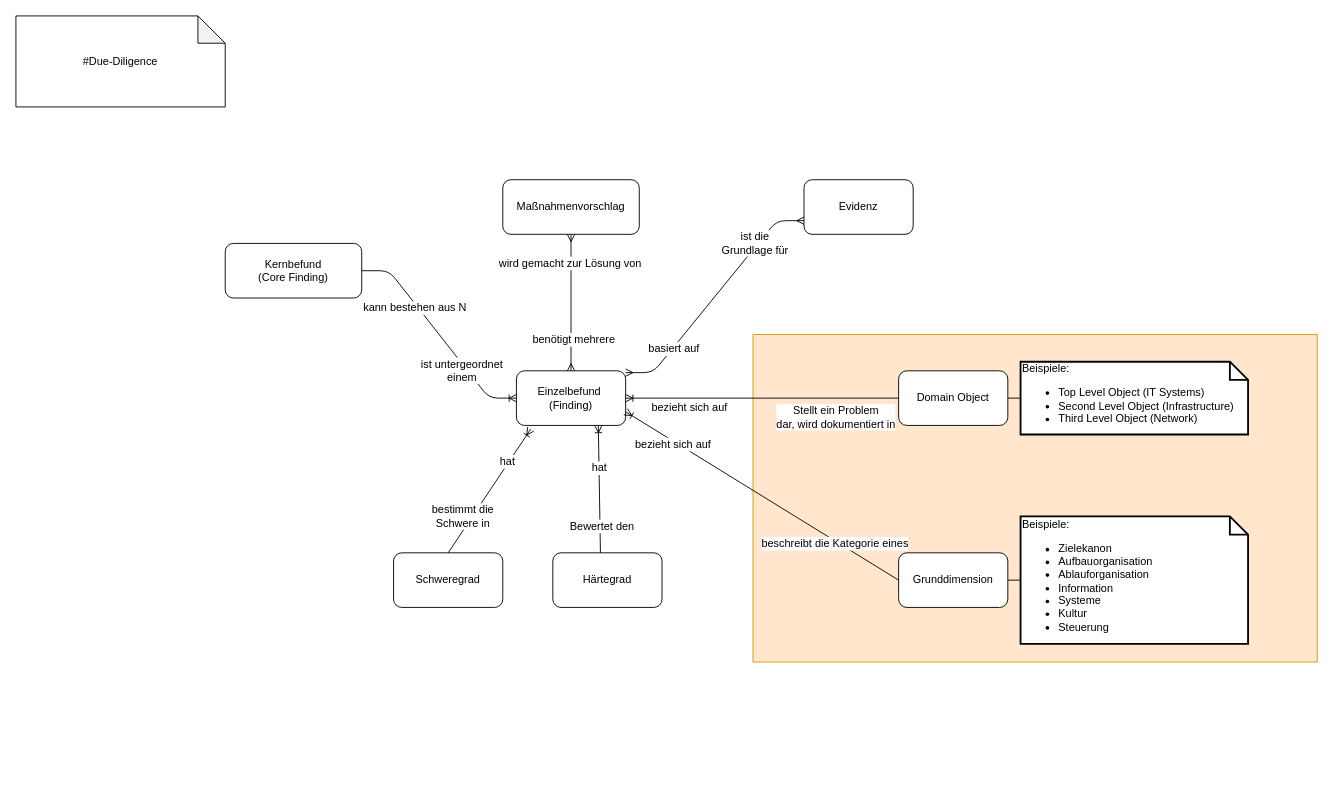
Earlier version of the draw.io diagram informationsmodell.drawio (fguendling/due-diligence-tool). Source tidied: cells renumbered, new cells numbered last; positions are measured from the earlier drawing's top-left corner, leaving out a move shared by most shapes. Both pictures are drawn from the tidied source at 91%, with x=0, y=0 at pixel (15, 15).
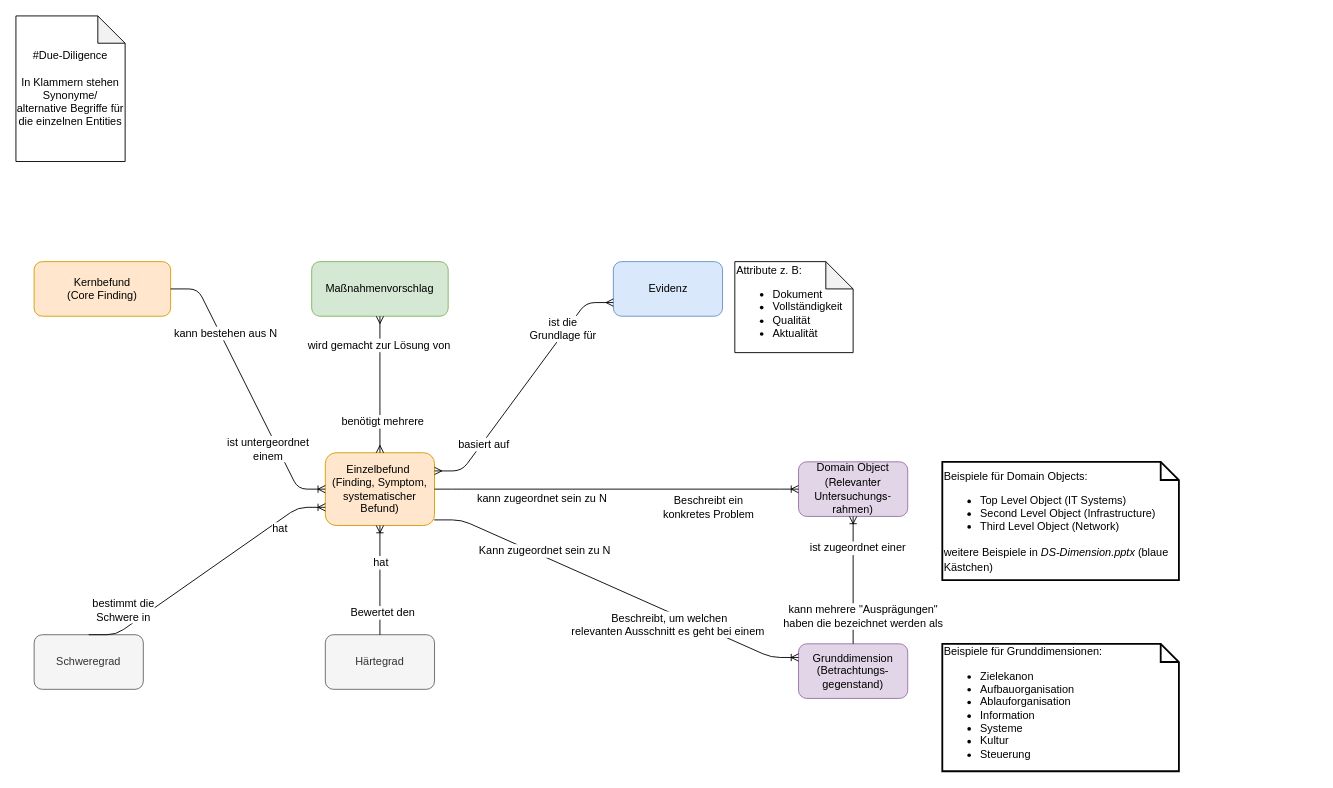
After the change.

What changed in the source:
```diff
@@
-    <mxCell id="2" style="rounded=0;whiteSpace=wrap;html=1;fillColor=#ffe6cc;strokeColor=#d79b00;" parent="1" vertex="1">
-      <mxGeometry x="810" y="350" width="620" height="360" as="geometry" />
-    </mxCell>
-    <mxCell id="3" value="#Due-Diligence" style="shape=note;whiteSpace=wrap;html=1;backgroundOutline=1;darkOpacity=0.05;" parent="1" vertex="1">
-      <mxGeometry width="230" height="100" as="geometry" />
+    <mxCell id="3" value="#Due-Diligence&lt;br&gt;&lt;br&gt;In Klammern stehen Synonyme/ alternative Begriffe für die einzelnen Entities" style="shape=note;whiteSpace=wrap;html=1;backgroundOutline=1;darkOpacity=0.05;" parent="1" vertex="1">
+      <mxGeometry width="120" height="160" as="geometry" />
     </mxCell>
-    <mxCell id="4" value="&lt;span style=&quot;white-space: normal&quot;&gt;Einzelbefund&amp;nbsp;&lt;/span&gt;&lt;br style=&quot;white-space: normal&quot;&gt;&lt;span style=&quot;white-space: normal&quot;&gt;(Finding)&lt;/span&gt;" style="rounded=1;whiteSpace=wrap;html=1;" parent="1" vertex="1">
-      <mxGeometry x="550" y="390" width="120" height="60" as="geometry" />
+    <mxCell id="4" value="&lt;span style=&quot;white-space: normal&quot;&gt;Einzelbefund&amp;nbsp;&lt;/span&gt;&lt;br style=&quot;white-space: normal&quot;&gt;&lt;span style=&quot;white-space: normal&quot;&gt;(Finding, Symptom, systematischer Befund)&lt;/span&gt;" style="rounded=1;whiteSpace=wrap;html=1;fillColor=#ffe6cc;strokeColor=#d79b00;" parent="1" vertex="1">
+      <mxGeometry x="340" y="480" width="120" height="80" as="geometry" />
     </mxCell>
-    <mxCell id="5" style="edgeStyle=orthogonalEdgeStyle;rounded=1;comic=0;jumpStyle=arc;jumpSize=9;jettySize=auto;html=1;exitX=1;exitY=0.5;exitDx=0;exitDy=0;entryX=0;entryY=0.5;entryDx=0;entryDy=0;entryPerimeter=0;shadow=0;startSize=0;endArrow=none;endFill=0;strokeColor=#000000;" parent="1" edge="1" source="6" target="15">
-      <mxGeometry relative="1" as="geometry" />
-    </mxCell>
-    <mxCell id="6" value="Grunddimension" style="rounded=1;whiteSpace=wrap;html=1;" parent="1" vertex="1">
-      <mxGeometry x="970" y="590" width="120" height="60" as="geometry" />
+    <mxCell id="6" value="Grunddimension&lt;br&gt;(Betrachtungs-gegenstand)" style="rounded=1;whiteSpace=wrap;html=1;fillColor=#e1d5e7;strokeColor=#9673a6;" parent="1" vertex="1">
+      <mxGeometry x="860" y="690" width="120" height="60" as="geometry" />
     </mxCell>
-    <mxCell id="7" value="Kernbefund&lt;br&gt;(Core Finding)" style="rounded=1;whiteSpace=wrap;html=1;" parent="1" vertex="1">
-      <mxGeometry x="230" y="250" width="150" height="60" as="geometry" />
+    <mxCell id="7" value="Kernbefund&lt;br&gt;(Core Finding)" style="rounded=1;whiteSpace=wrap;html=1;fillColor=#ffe6cc;strokeColor=#d79b00;" parent="1" vertex="1">
+      <mxGeometry x="20" y="270" width="150" height="60" as="geometry" />
     </mxCell>
@@
-    <mxCell id="11" style="edgeStyle=orthogonalEdgeStyle;rounded=1;jumpStyle=arc;jettySize=auto;html=1;exitX=1;exitY=0.5;exitDx=0;exitDy=0;entryX=0;entryY=0.5;entryDx=0;entryDy=0;entryPerimeter=0;startSize=0;endArrow=none;endFill=0;strokeColor=#000000;shadow=0;comic=0;jumpSize=9;fillColor=#008a00;" parent="1" edge="1" source="12" target="13">
-      <mxGeometry relative="1" as="geometry" />
-    </mxCell>
-    <mxCell id="12" value="Domain Object" style="rounded=1;whiteSpace=wrap;html=1;align=center;" parent="1" vertex="1">
-      <mxGeometry x="970" y="390" width="120" height="60" as="geometry" />
+    <mxCell id="12" value="Domain Object&lt;br&gt;(&lt;span style=&quot;font-family: &amp;#34;helvetica neue&amp;#34;&quot;&gt;Relevanter Untersuchungs-rahmen&lt;/span&gt;)" style="rounded=1;whiteSpace=wrap;html=1;align=center;fillColor=#e1d5e7;strokeColor=#9673a6;" parent="1" vertex="1">
+      <mxGeometry x="860" y="490" width="120" height="60" as="geometry" />
     </mxCell>
-    <mxCell id="13" value="&lt;span style=&quot;font-size: 12px&quot;&gt;Beispiele:&amp;nbsp;&lt;/span&gt;&lt;br style=&quot;font-size: 12px&quot;&gt;&lt;ul style=&quot;font-size: 12px&quot;&gt;&lt;li&gt;Top Level Object (IT Systems)&lt;/li&gt;&lt;li&gt;Second Level Object (Infrastructure)&lt;/li&gt;&lt;li&gt;Third Level Object (Network)&lt;/li&gt;&lt;/ul&gt;" style="shape=note;strokeWidth=2;fontSize=14;size=20;whiteSpace=wrap;html=1;align=left;" parent="1" vertex="1">
-      <mxGeometry x="1104" y="380" width="250" height="80" as="geometry" />
+    <mxCell id="13" value="&lt;span style=&quot;font-size: 12px&quot;&gt;Beispiele für Domain Objects:&amp;nbsp;&lt;/span&gt;&lt;br style=&quot;font-size: 12px&quot;&gt;&lt;ul style=&quot;font-size: 12px&quot;&gt;&lt;li&gt;Top Level Object (IT Systems)&lt;/li&gt;&lt;li&gt;Second Level Object (Infrastructure)&lt;/li&gt;&lt;li&gt;Third Level Object (Network)&lt;/li&gt;&lt;/ul&gt;&lt;div&gt;&lt;span style=&quot;font-size: 12px&quot;&gt;weitere Beispiele in &lt;i&gt;DS-Dimension.pptx &lt;/i&gt;(blaue Kästchen)&lt;/span&gt;&lt;/div&gt;" style="shape=note;strokeWidth=2;fontSize=14;size=20;whiteSpace=wrap;html=1;align=left;" parent="1" vertex="1">
+      <mxGeometry x="1018" y="490" width="260" height="130" as="geometry" />
     </mxCell>
-    <mxCell id="14" value="Maßnahmenvorschlag" style="rounded=1;html=1;whiteSpace=wrap;" parent="1" vertex="1">
-      <mxGeometry x="535" y="180" width="150" height="60" as="geometry" />
+    <mxCell id="14" value="Maßnahmenvorschlag" style="rounded=1;html=1;whiteSpace=wrap;fillColor=#d5e8d4;strokeColor=#82b366;" parent="1" vertex="1">
+      <mxGeometry x="325" y="270" width="150" height="60" as="geometry" />
     </mxCell>
-    <mxCell id="15" value="&lt;span style=&quot;font-size: 12px&quot;&gt;Beispiele:&amp;nbsp;&lt;/span&gt;&lt;br style=&quot;font-size: 12px&quot;&gt;&lt;ul style=&quot;font-size: 12px&quot;&gt;&lt;li&gt;Zielekanon&lt;/li&gt;&lt;li&gt;Aufbauorganisation&lt;/li&gt;&lt;li&gt;Ablauforganisation&lt;/li&gt;&lt;li&gt;Information&lt;/li&gt;&lt;li&gt;Systeme&lt;/li&gt;&lt;li&gt;Kultur&lt;/li&gt;&lt;li&gt;Steuerung&lt;/li&gt;&lt;/ul&gt;" style="shape=note;strokeWidth=2;fontSize=14;size=20;whiteSpace=wrap;html=1;align=left;" parent="1" vertex="1">
-      <mxGeometry x="1104" y="550" width="250" height="140" as="geometry" />
+    <mxCell id="15" value="&lt;span style=&quot;font-size: 12px&quot;&gt;Beispiele für Grunddimensionen:&amp;nbsp;&lt;/span&gt;&lt;br style=&quot;font-size: 12px&quot;&gt;&lt;ul style=&quot;font-size: 12px&quot;&gt;&lt;li&gt;Zielekanon&lt;/li&gt;&lt;li&gt;Aufbauorganisation&lt;/li&gt;&lt;li&gt;Ablauforganisation&lt;/li&gt;&lt;li&gt;Information&lt;/li&gt;&lt;li&gt;Systeme&lt;/li&gt;&lt;li&gt;Kultur&lt;/li&gt;&lt;li&gt;Steuerung&lt;/li&gt;&lt;/ul&gt;" style="shape=note;strokeWidth=2;fontSize=14;size=20;whiteSpace=wrap;html=1;align=left;" parent="1" vertex="1">
+      <mxGeometry x="1018" y="690" width="260" height="140" as="geometry" />
     </mxCell>
-    <mxCell id="16" value="Schweregrad" style="rounded=1;whiteSpace=wrap;html=1;" parent="1" vertex="1">
-      <mxGeometry x="415" y="590" width="120" height="60" as="geometry" />
+    <mxCell id="16" value="Schweregrad" style="rounded=1;whiteSpace=wrap;html=1;fillColor=#f5f5f5;strokeColor=#666666;fontColor=#333333;" parent="1" vertex="1">
+      <mxGeometry x="20" y="680" width="120" height="60" as="geometry" />
     </mxCell>
-    <mxCell id="17" value="Härtegrad" style="rounded=1;whiteSpace=wrap;html=1;" parent="1" vertex="1">
-      <mxGeometry x="590" y="590" width="120" height="60" as="geometry" />
+    <mxCell id="17" value="Härtegrad" style="rounded=1;whiteSpace=wrap;html=1;fillColor=#f5f5f5;strokeColor=#666666;fontColor=#333333;" parent="1" vertex="1">
+      <mxGeometry x="340" y="680" width="120" height="60" as="geometry" />
     </mxCell>
@@
-    <mxCell id="21" style="fontSize=12;html=1;endArrow=ERoneToMany;entryX=0.131;entryY=1.067;entryDx=0;entryDy=0;entryPerimeter=0;exitX=0.5;exitY=0;exitDx=0;exitDy=0;" parent="1" edge="1" source="16" target="4">
+    <mxCell id="21" style="fontSize=12;html=1;endArrow=ERoneToMany;entryX=0;entryY=0.75;entryDx=0;entryDy=0;exitX=0.5;exitY=0;exitDx=0;exitDy=0;edgeStyle=entityRelationEdgeStyle;elbow=vertical;" parent="1" edge="1" source="16" target="4">
       <mxGeometry relative="1" as="geometry" />
     </mxCell>
@@
-    <mxCell id="24" style="fontSize=12;html=1;endArrow=ERoneToMany;entryX=0.75;entryY=1;entryDx=0;entryDy=0;exitX=0.436;exitY=0;exitDx=0;exitDy=0;exitPerimeter=0;" parent="1" edge="1" source="17" target="4">
+    <mxCell id="24" style="fontSize=12;html=1;endArrow=ERoneToMany;entryX=0.5;entryY=1;entryDx=0;entryDy=0;exitX=0.5;exitY=0;exitDx=0;exitDy=0;" parent="1" edge="1" source="17" target="4">
       <mxGeometry relative="1" as="geometry" />
     </mxCell>
@@
-    <mxCell id="27" style="fontSize=12;html=1;endArrow=ERoneToMany;entryX=1;entryY=0.5;entryDx=0;entryDy=0;exitX=0;exitY=0.5;exitDx=0;exitDy=0;" parent="1" edge="1" source="12" target="4">
-      <mxGeometry relative="1" as="geometry" />
-    </mxCell>
-    <mxCell id="28" value="bezieht sich auf" style="text;html=1;align=center;verticalAlign=middle;labelBackgroundColor=#ffffff;" parent="27" vertex="1">
-      <mxGeometry x="-0.13" y="4" relative="1" as="geometry">
-        <mxPoint x="-100" y="6" as="offset" />
-      </mxGeometry>
-    </mxCell>
-    <mxCell id="29" value="Stellt ein Problem &lt;br&gt;dar,&amp;nbsp;wird dokumentiert in" style="text;html=1;align=center;verticalAlign=middle;labelBackgroundColor=#ffffff;" parent="27" vertex="1">
-      <mxGeometry x="-0.81" relative="1" as="geometry">
-        <mxPoint x="-42" y="20" as="offset" />
-      </mxGeometry>
-    </mxCell>
-    <mxCell id="30" value="Evidenz" style="rounded=1;whiteSpace=wrap;html=1;" parent="1" vertex="1">
-      <mxGeometry x="866" y="180" width="120" height="60" as="geometry" />
+    <mxCell id="30" value="Evidenz" style="rounded=1;whiteSpace=wrap;html=1;fillColor=#dae8fc;strokeColor=#6c8ebf;" parent="1" vertex="1">
+      <mxGeometry x="656.5" y="270" width="120" height="60" as="geometry" />
     </mxCell>
-    <mxCell id="31" style="edgeStyle=entityRelationEdgeStyle;fontSize=12;html=1;endArrow=ERmany;startArrow=ERmany;exitX=1;exitY=0.033;exitDx=0;exitDy=0;exitPerimeter=0;entryX=0;entryY=0.75;entryDx=0;entryDy=0;" parent="1" edge="1" source="4" target="30">
+    <mxCell id="31" style="edgeStyle=entityRelationEdgeStyle;fontSize=12;html=1;endArrow=ERmany;startArrow=ERmany;exitX=1;exitY=0.25;exitDx=0;exitDy=0;entryX=0;entryY=0.75;entryDx=0;entryDy=0;" parent="1" edge="1" source="4" target="30">
       <mxGeometry relative="1" as="geometry" />
     </mxCell>
@@
-    <mxCell id="34" style="fontSize=12;html=1;endArrow=ERoneToMany;entryX=1;entryY=0.75;entryDx=0;entryDy=0;exitX=0;exitY=0.5;exitDx=0;exitDy=0;" parent="1" edge="1" source="6" target="4">
+    <mxCell id="34" style="fontSize=12;html=1;endArrow=ERoneToMany;entryX=0;entryY=0.25;entryDx=0;entryDy=0;exitX=0.997;exitY=0.923;exitDx=0;exitDy=0;exitPerimeter=0;edgeStyle=entityRelationEdgeStyle;" parent="1" edge="1" source="4" target="6">
       <mxGeometry relative="1" as="geometry" />
     </mxCell>
-    <mxCell id="35" value="bezieht sich auf" style="text;html=1;align=center;verticalAlign=middle;labelBackgroundColor=#ffffff;" parent="34" vertex="1">
-      <mxGeometry x="0.65" y="4" relative="1" as="geometry">
-        <mxPoint x="1" as="offset" />
-      </mxGeometry>
-    </mxCell>
-    <mxCell id="36" value="beschreibt die Kategorie eines" style="text;html=1;align=center;verticalAlign=middle;labelBackgroundColor=#ffffff;" parent="34" vertex="1">
-      <mxGeometry x="-0.77" relative="1" as="geometry">
-        <mxPoint x="-36" y="-19" as="offset" />
-      </mxGeometry>
-    </mxCell>
+    <mxCell id="37" value="Kann zugeordnet sein zu N" style="text;html=1;align=center;verticalAlign=middle;labelBackgroundColor=#ffffff;" parent="34" vertex="1">
+      <mxGeometry x="-0.65" y="-3" relative="1" as="geometry">
+        <mxPoint x="50.5" y="12.5" as="offset" />
+      </mxGeometry>
+    </mxCell>
+    <mxCell id="38" value="Beschreibt, um welchen &lt;br&gt;relevanten Ausschnitt es geht bei einem&amp;nbsp;" style="text;html=1;align=center;verticalAlign=middle;labelBackgroundColor=#ffffff;" parent="34" vertex="1">
+      <mxGeometry x="0.57" relative="1" as="geometry">
+        <mxPoint x="-55" y="-10.5" as="offset" />
+      </mxGeometry>
+    </mxCell>
+    <mxCell id="39" style="edgeStyle=entityRelationEdgeStyle;fontSize=12;html=1;endArrow=ERoneToMany;entryX=0;entryY=0.5;entryDx=0;entryDy=0;exitX=1;exitY=0.5;exitDx=0;exitDy=0;" parent="1" edge="1" source="4" target="12">
+      <mxGeometry relative="1" as="geometry" />
+    </mxCell>
+    <mxCell id="40" value="kann zugeordnet sein zu N" style="text;html=1;align=center;verticalAlign=middle;labelBackgroundColor=#ffffff;" parent="39" vertex="1">
+      <mxGeometry x="-0.66" relative="1" as="geometry">
+        <mxPoint x="49" y="10" as="offset" />
+      </mxGeometry>
+    </mxCell>
+    <mxCell id="41" value="Beschreibt ein &lt;br&gt;konkretes Problem" style="text;html=1;align=center;verticalAlign=middle;labelBackgroundColor=#ffffff;" parent="39" vertex="1">
+      <mxGeometry x="0.76" y="-2" relative="1" as="geometry">
+        <mxPoint x="-51.5" y="17.5" as="offset" />
+      </mxGeometry>
+    </mxCell>
+    <mxCell id="42" style="fontSize=12;html=1;endArrow=ERoneToMany;exitX=0.5;exitY=0;exitDx=0;exitDy=0;entryX=0.5;entryY=1;entryDx=0;entryDy=0;elbow=vertical;" parent="1" edge="1" source="6" target="12">
+      <mxGeometry relative="1" as="geometry" />
+    </mxCell>
+    <mxCell id="43" value="ist zugeordnet einer" style="text;html=1;align=center;verticalAlign=middle;labelBackgroundColor=#ffffff;" parent="42" vertex="1">
+      <mxGeometry x="0.52" y="-4" relative="1" as="geometry" />
+    </mxCell>
+    <mxCell id="44" value="kann mehrere &quot;Ausprägungen&quot; &lt;br&gt;haben die bezeichnet werden als" style="text;html=1;align=center;verticalAlign=middle;labelBackgroundColor=#ffffff;" parent="42" vertex="1">
+      <mxGeometry x="-0.52" y="1" relative="1" as="geometry">
+        <mxPoint x="11" y="3.5" as="offset" />
+      </mxGeometry>
+    </mxCell>
+    <mxCell id="45" value="Attribute z. B:&lt;br&gt;&lt;ul&gt;&lt;li&gt;Dokument&lt;/li&gt;&lt;li&gt;Vollständigkeit&lt;/li&gt;&lt;li&gt;Qualität&lt;/li&gt;&lt;li&gt;Aktualität&lt;/li&gt;&lt;/ul&gt;" style="shape=note;whiteSpace=wrap;html=1;backgroundOutline=1;darkOpacity=0.05;align=left;" parent="1" vertex="1">
+      <mxGeometry x="790" y="270" width="130" height="100" as="geometry" />
+    </mxCell>
```
